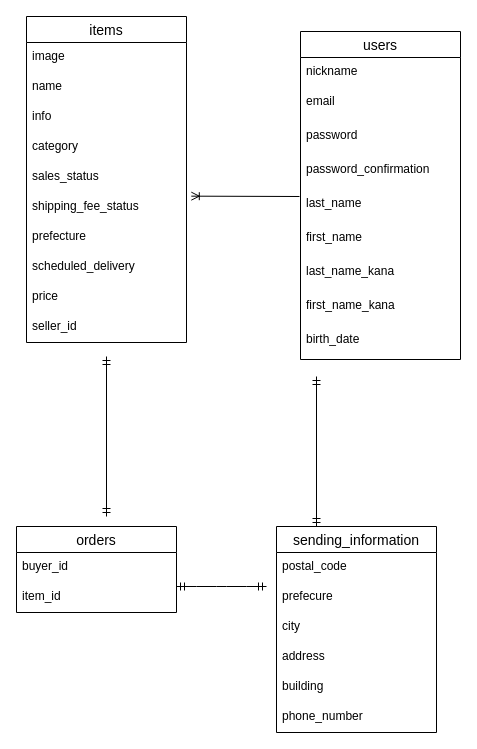
Earlier version of the draw.io diagram test.dio (Lisakinomayoi/furima-36460). Source tidied: cells renumbered, new cells numbered last; positions are measured from the earlier drawing's top-left corner, leaving out a move shared by most shapes. Both pictures are drawn from the tidied source at 100%, with x=0, y=0 at pixel (16, 16).
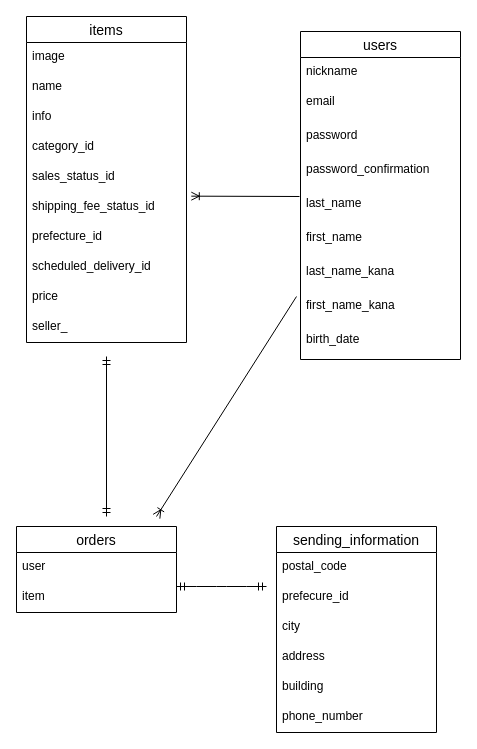
After the change.

The change refers to these unchanged cells:
```xml
<mxCell id="12" value="items" style="swimlane;fontStyle=0;horizontal=1;startSize=26;align=center;fontSize=14;" parent="1" vertex="1">
  <mxGeometry x="10" width="160" height="326" as="geometry" />
</mxCell>
<mxCell id="23" value="orders" style="swimlane;fontStyle=0;horizontal=1;startSize=26;align=center;fontSize=14;" parent="1" vertex="1">
  <mxGeometry y="510" width="160" height="86" as="geometry" />
</mxCell>
<mxCell id="26" value="sending_information" style="swimlane;fontStyle=0;horizontal=1;startSize=26;align=center;fontSize=14;" parent="1" vertex="1">
  <mxGeometry x="260" y="510" width="160" height="206" as="geometry" />
</mxCell>
```

The edit, as a diff of the source:
```diff
@@
-    <mxCell id="16" value="category" style="text;strokeColor=none;fillColor=none;spacingLeft=4;spacingRight=4;overflow=hidden;fontSize=12;" parent="12" vertex="1">
+    <mxCell id="16" value="category_id" style="text;strokeColor=none;fillColor=none;spacingLeft=4;spacingRight=4;overflow=hidden;fontSize=12;" parent="12" vertex="1">
       <mxGeometry y="116" width="160" height="30" as="geometry" />
     </mxCell>
-    <mxCell id="17" value="sales_status" style="text;strokeColor=none;fillColor=none;spacingLeft=4;spacingRight=4;overflow=hidden;fontSize=12;" parent="12" vertex="1">
+    <mxCell id="17" value="sales_status_id" style="text;strokeColor=none;fillColor=none;spacingLeft=4;spacingRight=4;overflow=hidden;fontSize=12;" parent="12" vertex="1">
       <mxGeometry y="146" width="160" height="30" as="geometry" />
     </mxCell>
-    <mxCell id="18" value="shipping_fee_status" style="text;strokeColor=none;fillColor=none;spacingLeft=4;spacingRight=4;overflow=hidden;points=[[0,0.5],[1,0.5]];portConstraint=eastwest;fontSize=12;" parent="12" vertex="1">
+    <mxCell id="18" value="shipping_fee_status_id" style="text;strokeColor=none;fillColor=none;spacingLeft=4;spacingRight=4;overflow=hidden;points=[[0,0.5],[1,0.5]];portConstraint=eastwest;fontSize=12;" parent="12" vertex="1">
       <mxGeometry y="176" width="160" height="30" as="geometry" />
     </mxCell>
-    <mxCell id="19" value="prefecture" style="text;strokeColor=none;fillColor=none;spacingLeft=4;spacingRight=4;overflow=hidden;fontSize=12;" parent="12" vertex="1">
+    <mxCell id="19" value="prefecture_id" style="text;strokeColor=none;fillColor=none;spacingLeft=4;spacingRight=4;overflow=hidden;fontSize=12;" parent="12" vertex="1">
       <mxGeometry y="206" width="160" height="30" as="geometry" />
     </mxCell>
-    <mxCell id="20" value="scheduled_delivery" style="text;strokeColor=none;fillColor=none;spacingLeft=4;spacingRight=4;overflow=hidden;fontSize=12;" parent="12" vertex="1">
+    <mxCell id="20" value="scheduled_delivery_id" style="text;strokeColor=none;fillColor=none;spacingLeft=4;spacingRight=4;overflow=hidden;fontSize=12;" parent="12" vertex="1">
       <mxGeometry y="236" width="160" height="30" as="geometry" />
     </mxCell>
@@
-    <mxCell id="22" value="seller_id" style="text;strokeColor=none;fillColor=none;spacingLeft=4;spacingRight=4;overflow=hidden;fontSize=12;" parent="12" vertex="1">
+    <mxCell id="22" value="seller_" style="text;strokeColor=none;fillColor=none;spacingLeft=4;spacingRight=4;overflow=hidden;fontSize=12;" parent="12" vertex="1">
       <mxGeometry y="296" width="160" height="30" as="geometry" />
     </mxCell>
@@
-    <mxCell id="24" value="buyer_id" style="text;strokeColor=none;fillColor=none;spacingLeft=4;spacingRight=4;overflow=hidden;fontSize=12;" parent="23" vertex="1">
+    <mxCell id="24" value="user" style="text;strokeColor=none;fillColor=none;spacingLeft=4;spacingRight=4;overflow=hidden;fontSize=12;" parent="23" vertex="1">
       <mxGeometry y="26" width="160" height="30" as="geometry" />
     </mxCell>
-    <mxCell id="25" value="item_id" style="text;strokeColor=none;fillColor=none;spacingLeft=4;spacingRight=4;overflow=hidden;fontSize=12;" parent="23" vertex="1">
+    <mxCell id="25" value="item" style="text;strokeColor=none;fillColor=none;spacingLeft=4;spacingRight=4;overflow=hidden;fontSize=12;" parent="23" vertex="1">
       <mxGeometry y="56" width="160" height="30" as="geometry" />
     </mxCell>
@@
-    <mxCell id="28" value="prefecure" style="text;strokeColor=none;fillColor=none;spacingLeft=4;spacingRight=4;overflow=hidden;fontSize=12;" parent="26" vertex="1">
+    <mxCell id="28" value="prefecure_id" style="text;strokeColor=none;fillColor=none;spacingLeft=4;spacingRight=4;overflow=hidden;fontSize=12;" parent="26" vertex="1">
       <mxGeometry y="56" width="160" height="30" as="geometry" />
     </mxCell>
@@
-    <mxCell id="36" style="fontSize=12;html=1;endArrow=ERmandOne;startArrow=ERmandOne;exitX=0.25;exitY=0;exitDx=0;exitDy=0;" parent="1" edge="1" source="26">
-      <mxGeometry relative="1" as="geometry">
-        <mxPoint x="300" y="360" as="targetPoint" />
-      </mxGeometry>
-    </mxCell>
+    <mxCell id="37" style="fontSize=12;html=1;endArrow=ERoneToMany;" parent="1" edge="1">
+      <mxGeometry relative="1" as="geometry">
+        <mxPoint x="280" y="280" as="sourcePoint" />
+        <mxPoint x="140" y="500" as="targetPoint" />
+      </mxGeometry>
+    </mxCell>
```
